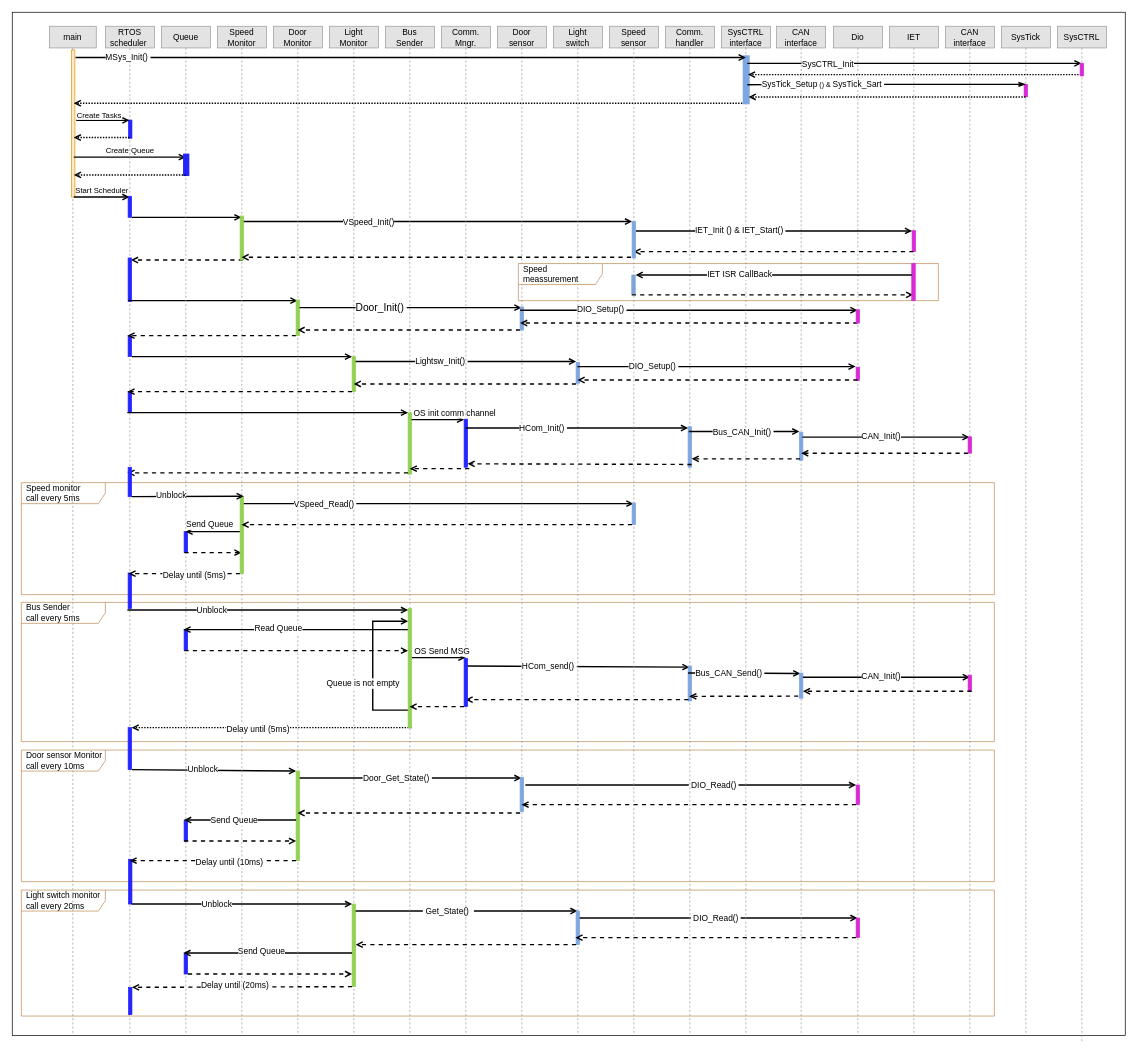
Earlier version of the draw.io diagram page "ECU 1" (1 of 8) of 2-Automotive_Door_Monitor_Dynamic_Deesign-Page.drawio (Mohamed-abdullah-hassan/EG-FWD_Automotive_door_control). Source tidied: cells renumbered, new cells numbered last; positions are measured from the earlier drawing's top-left corner, leaving out a move shared by most shapes. Both pictures are drawn from the tidied source at 70%, with x=0, y=0 at pixel (12, 12).
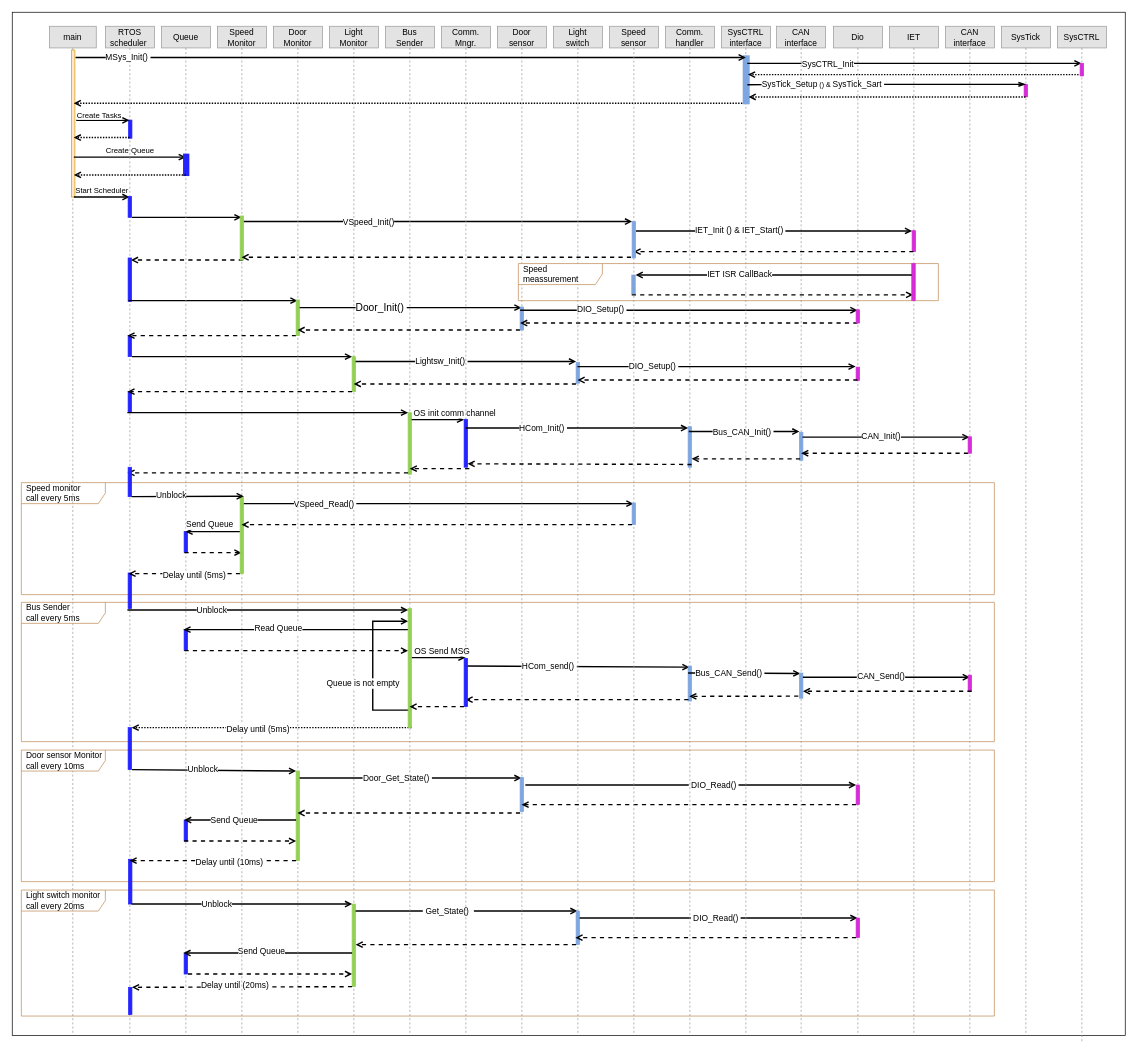
After the change.

Commit message:
Added ECU 1 Bus Sender Task

The change refers to these unchanged cells:
```xml
<mxCell id="130" style="html=1;verticalAlign=bottom;labelBackgroundColor=none;endArrow=open;endFill=0;rounded=0;strokeWidth=2;" parent="123" edge="1">
  <mxGeometry relative="1" as="geometry">
    <mxPoint x="37.5" y="930" as="sourcePoint" />
    <mxPoint x="276" y="930" as="targetPoint" />
  </mxGeometry>
</mxCell>
```

What changed in the source:
```diff
@@
-    <mxCell id="131" value="&lt;span&gt;&lt;font style=&quot;font-size: 12px;&quot;&gt;CAN_Init()&lt;/font&gt;&lt;/span&gt;" style="edgeLabel;html=1;align=center;verticalAlign=middle;fontSize=12;" parent="130" vertex="1">
+    <mxCell id="131" value="CAN_Send()" style="edgeLabel;html=1;align=center;verticalAlign=middle;fontSize=12;" parent="130" vertex="1">
       <mxGeometry x="-0.07" y="2" relative="1" as="geometry" />
     </mxCell>
```
